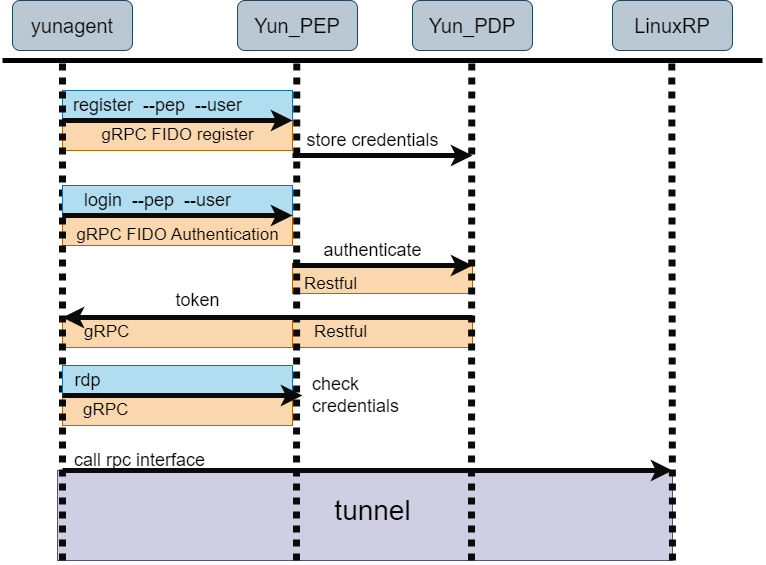
dizzysoup/SSHRDP_ZTA keeps this draw.io diagram as RDPMessageFlow.png. Above is the earlier version. Source tidied: cells renumbered, new cells last; positions are measured from the earlier drawing's top-left corner, leaving out a move shared by most shapes.
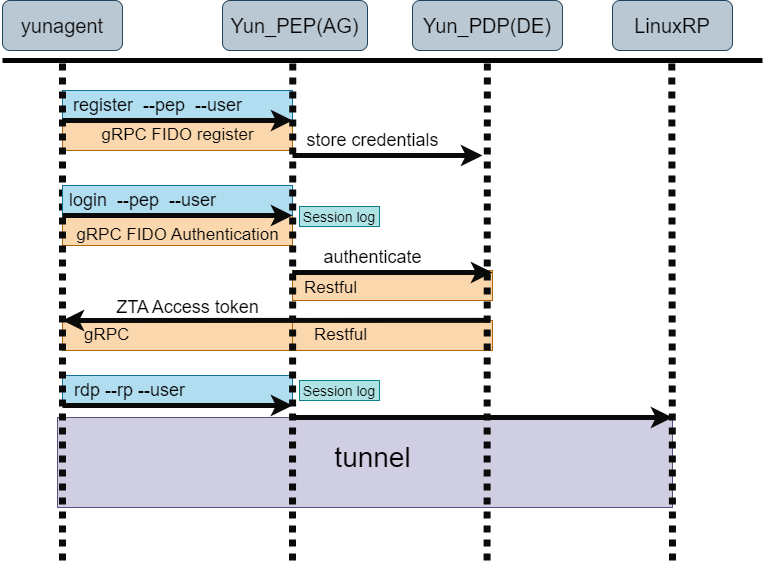
The same file after the commit.

The edit, as a diff of the source:
```diff
@@ -2,32 +2,32 @@
   <root>
     <mxCell id="0" />
     <mxCell id="1" parent="0" />
-    <mxCell id="2" style="group;" parent="1" vertex="1">
-      <mxGeometry x="60" y="395" width="230" height="30" as="geometry" />
-    </mxCell>
-    <mxCell id="3" value="　" style="rounded=0;whiteSpace=wrap;html=1;fontSize=18;fillColor=#fad7ac;strokeColor=#b46504;align=left;" parent="2" vertex="1">
-      <mxGeometry width="230" height="30" as="geometry" />
-    </mxCell>
-    <mxCell id="4" value="&lt;div style=&quot;&quot;&gt;&lt;span style=&quot;font-size: 17px; color: rgb(0, 0, 0); background-color: initial;&quot;&gt;gRPC&lt;/span&gt;&lt;/div&gt;" style="text;html=1;align=left;verticalAlign=middle;strokeColor=none;fillColor=none;" parent="2" vertex="1">
-      <mxGeometry x="19.2" width="70" height="30" as="geometry" />
-    </mxCell>
-    <mxCell id="5" style="group;" parent="1" vertex="1">
-      <mxGeometry x="60" y="317" width="240" height="30" as="geometry" />
-    </mxCell>
+    <mxCell id="45" style="group;" parent="1" vertex="1">
+      <mxGeometry x="55" y="440" width="615" height="90" as="geometry" />
+    </mxCell>
+    <mxCell id="8" value="　" style="rounded=0;whiteSpace=wrap;html=1;fontSize=18;fillColor=#d0cee2;strokeColor=#56517e;align=left;" parent="45" vertex="1">
+      <mxGeometry y="-23" width="615" height="90" as="geometry" />
+    </mxCell>
+    <mxCell id="41" style="endArrow=classic;html=1;strokeColor=#0A0A0A;strokeWidth=5;fontSize=20;fontColor=#050505;" parent="45" edge="1">
+      <mxGeometry relative="1" as="geometry">
+        <mxPoint x="235" y="-23" as="sourcePoint" />
+        <mxPoint x="615" y="-23" as="targetPoint" />
+      </mxGeometry>
+    </mxCell>
+    <mxCell id="42" value="&lt;font style=&quot;&quot;&gt;&lt;font style=&quot;font-size: 28px;&quot; color=&quot;#000000&quot;&gt;tunnel&lt;/font&gt;&lt;br&gt;&lt;/font&gt;" style="text;html=1;align=center;verticalAlign=middle;strokeColor=none;fillColor=none;" parent="45" vertex="1">
+      <mxGeometry x="265" y="-8" width="100" height="50" as="geometry" />
+    </mxCell>
+    <mxCell id="38" value="　" style="rounded=0;whiteSpace=wrap;html=1;fontSize=18;fillColor=#b1ddf0;strokeColor=#10739e;align=left;" parent="1" vertex="1">
+      <mxGeometry x="60" y="375" width="230" height="30" as="geometry" />
+    </mxCell>
-    <mxCell id="6" value="　" style="rounded=0;whiteSpace=wrap;html=1;fontSize=18;fillColor=#fad7ac;strokeColor=#b46504;align=left;" parent="5" vertex="1">
-      <mxGeometry width="240" height="30" as="geometry" />
+    <mxCell id="6" value="　" style="rounded=0;whiteSpace=wrap;html=1;fontSize=18;fillColor=#fad7ac;strokeColor=#b46504;align=left;" parent="1" vertex="1">
+      <mxGeometry x="60" y="320" width="240" height="30" as="geometry" />
     </mxCell>
-    <mxCell id="7" value="&lt;div style=&quot;&quot;&gt;&lt;span style=&quot;font-size: 17px; color: rgb(0, 0, 0); background-color: initial;&quot;&gt;gRPC&lt;/span&gt;&lt;/div&gt;" style="text;html=1;align=left;verticalAlign=middle;strokeColor=none;fillColor=none;" parent="5" vertex="1">
-      <mxGeometry x="20" width="70" height="30" as="geometry" />
-    </mxCell>
-    <mxCell id="8" value="　" style="rounded=0;whiteSpace=wrap;html=1;fontSize=18;fillColor=#d0cee2;strokeColor=#56517e;align=left;" parent="1" vertex="1">
-      <mxGeometry x="55" y="470" width="615" height="90" as="geometry" />
-    </mxCell>
     <mxCell id="9" value="　" style="rounded=0;whiteSpace=wrap;html=1;fontSize=18;fillColor=#fad7ac;strokeColor=#b46504;align=left;" parent="1" vertex="1">
-      <mxGeometry x="290" y="317" width="180" height="30" as="geometry" />
+      <mxGeometry x="290" y="320" width="200" height="30" as="geometry" />
     </mxCell>
     <mxCell id="10" value="　" style="rounded=0;whiteSpace=wrap;html=1;fontSize=18;fillColor=#fad7ac;strokeColor=#b46504;align=left;" parent="1" vertex="1">
-      <mxGeometry x="290" y="263" width="180" height="30" as="geometry" />
+      <mxGeometry x="290" y="270" width="200" height="30" as="geometry" />
     </mxCell>
     <mxCell id="11" value="　" style="rounded=0;whiteSpace=wrap;html=1;fontSize=18;fillColor=#fad7ac;strokeColor=#b46504;align=left;" parent="1" vertex="1">
       <mxGeometry x="60" y="215" width="230" height="30" as="geometry" />
@@ -39,7 +39,7 @@
       <mxGeometry x="60" y="90" width="230" height="30" as="geometry" />
     </mxCell>
     <mxCell id="14" value="&lt;font style=&quot;font-size: 20px;&quot; color=&quot;#050505&quot;&gt;yunagent&lt;/font&gt;" style="rounded=1;whiteSpace=wrap;html=1;fillColor=#bac8d3;strokeColor=#23445d;" parent="1" vertex="1">
-      <mxGeometry x="10" width="120" height="50" as="geometry" />
+      <mxGeometry width="120" height="50" as="geometry" />
     </mxCell>
     <mxCell id="15" style="endArrow=none;html=1;fontSize=16;strokeWidth=5;strokeColor=#030303;" parent="1" edge="1">
       <mxGeometry relative="1" as="geometry">
@@ -47,11 +47,11 @@
         <mxPoint x="760" y="60" as="targetPoint" />
       </mxGeometry>
     </mxCell>
-    <mxCell id="16" value="&lt;font style=&quot;font-size: 20px;&quot; color=&quot;#050505&quot;&gt;Yun_PEP&lt;/font&gt;" style="rounded=1;whiteSpace=wrap;html=1;fillColor=#bac8d3;strokeColor=#23445d;" parent="1" vertex="1">
-      <mxGeometry x="235" width="120" height="50" as="geometry" />
+    <mxCell id="16" value="&lt;font style=&quot;font-size: 20px;&quot; color=&quot;#050505&quot;&gt;Yun_PEP(AG)&lt;/font&gt;" style="rounded=1;whiteSpace=wrap;html=1;fillColor=#bac8d3;strokeColor=#23445d;" parent="1" vertex="1">
+      <mxGeometry x="220" width="145" height="50" as="geometry" />
     </mxCell>
-    <mxCell id="17" value="&lt;font style=&quot;font-size: 20px;&quot; color=&quot;#050505&quot;&gt;Yun_PDP&lt;/font&gt;" style="rounded=1;whiteSpace=wrap;html=1;fillColor=#bac8d3;strokeColor=#23445d;" parent="1" vertex="1">
-      <mxGeometry x="410" width="120" height="50" as="geometry" />
+    <mxCell id="17" value="&lt;font style=&quot;font-size: 20px;&quot; color=&quot;#050505&quot;&gt;Yun_PDP(DE)&lt;/font&gt;" style="rounded=1;whiteSpace=wrap;html=1;fillColor=#bac8d3;strokeColor=#23445d;" parent="1" vertex="1">
+      <mxGeometry x="410" width="150" height="50" as="geometry" />
     </mxCell>
     <mxCell id="18" value="&lt;font style=&quot;font-size: 20px;&quot; color=&quot;#050505&quot;&gt;LinuxRP&lt;/font&gt;" style="rounded=1;whiteSpace=wrap;html=1;fillColor=#bac8d3;strokeColor=#23445d;" parent="1" vertex="1">
       <mxGeometry x="610" width="120" height="50" as="geometry" />
@@ -62,16 +62,10 @@
         <mxPoint x="60" y="60" as="targetPoint" />
       </mxGeometry>
     </mxCell>
-    <mxCell id="20" style="endArrow=none;dashed=1;html=1;dashPattern=1 1;strokeWidth=7;fontSize=16;strokeColor=#0A0A0A;" parent="1" edge="1">
-      <mxGeometry relative="1" as="geometry">
-        <mxPoint x="294" y="560" as="sourcePoint" />
-        <mxPoint x="294.3" y="60" as="targetPoint" />
-      </mxGeometry>
-    </mxCell>
     <mxCell id="21" style="endArrow=none;dashed=1;html=1;dashPattern=1 1;strokeWidth=7;fontSize=16;strokeColor=#0A0A0A;" parent="1" edge="1">
       <mxGeometry relative="1" as="geometry">
-        <mxPoint x="469" y="560" as="sourcePoint" />
-        <mxPoint x="469.3" y="60" as="targetPoint" />
+        <mxPoint x="484.6" y="560" as="sourcePoint" />
+        <mxPoint x="484.9" y="60" as="targetPoint" />
       </mxGeometry>
     </mxCell>
     <mxCell id="22" style="endArrow=none;dashed=1;html=1;dashPattern=1 1;strokeWidth=7;fontSize=16;strokeColor=#0A0A0A;" parent="1" edge="1">
@@ -94,7 +88,7 @@
     <mxCell id="26" style="endArrow=classic;html=1;strokeColor=#0A0A0A;strokeWidth=5;fontSize=20;fontColor=#050505;" parent="1" edge="1">
       <mxGeometry relative="1" as="geometry">
         <mxPoint x="290" y="155" as="sourcePoint" />
-        <mxPoint x="470" y="155" as="targetPoint" />
+        <mxPoint x="480" y="155" as="targetPoint" />
       </mxGeometry>
     </mxCell>
     <mxCell id="27" value="&lt;div style=&quot;text-align: left;&quot;&gt;&lt;span style=&quot;font-size: 18px; color: rgb(0, 0, 0); background-color: initial;&quot;&gt;store credentials&lt;/span&gt;&lt;/div&gt;" style="text;html=1;align=center;verticalAlign=middle;strokeColor=none;fillColor=none;" parent="1" vertex="1">
@@ -104,7 +98,7 @@
       <mxGeometry x="60" y="185" width="230" height="30" as="geometry" />
     </mxCell>
     <mxCell id="29" value="&lt;font style=&quot;&quot;&gt;&lt;font style=&quot;font-size: 18px;&quot; color=&quot;#000000&quot;&gt;login&amp;nbsp; --pep&amp;nbsp; --user&lt;/font&gt;&lt;br&gt;&lt;/font&gt;" style="text;html=1;align=center;verticalAlign=middle;strokeColor=none;fillColor=none;" parent="1" vertex="1">
-      <mxGeometry x="70" y="180" width="170" height="40" as="geometry" />
+      <mxGeometry x="55" y="180" width="170" height="40" as="geometry" />
     </mxCell>
     <mxCell id="30" value="&lt;font style=&quot;&quot;&gt;&lt;font style=&quot;font-size: 17px;&quot; color=&quot;#000000&quot;&gt;gRPC FIDO Authentication&lt;/font&gt;&lt;br&gt;&lt;/font&gt;" style="text;html=1;align=center;verticalAlign=middle;strokeColor=none;fillColor=none;" parent="1" vertex="1">
       <mxGeometry x="60" y="220" width="230" height="30" as="geometry" />
@@ -117,54 +111,50 @@
     </mxCell>
     <mxCell id="32" style="endArrow=classic;html=1;strokeColor=#0A0A0A;strokeWidth=5;fontSize=20;fontColor=#050505;" parent="1" edge="1">
       <mxGeometry relative="1" as="geometry">
-        <mxPoint x="290" y="265" as="sourcePoint" />
-        <mxPoint x="470" y="265" as="targetPoint" />
+        <mxPoint x="290" y="272" as="sourcePoint" />
+        <mxPoint x="490" y="272" as="targetPoint" />
       </mxGeometry>
     </mxCell>
     <mxCell id="33" value="&lt;div style=&quot;text-align: left;&quot;&gt;&lt;span style=&quot;font-size: 18px; color: rgb(0, 0, 0); background-color: initial;&quot;&gt;authenticate&lt;/span&gt;&lt;/div&gt;" style="text;html=1;align=center;verticalAlign=middle;strokeColor=none;fillColor=none;" parent="1" vertex="1">
-      <mxGeometry x="310" y="230" width="120" height="40" as="geometry" />
+      <mxGeometry x="310" y="237" width="120" height="40" as="geometry" />
     </mxCell>
-    <mxCell id="34" style="endArrow=classic;html=1;strokeColor=#0A0A0A;strokeWidth=5;fontSize=20;fontColor=#050505;" parent="1" edge="1">
+    <mxCell id="34" style="endArrow=classic;html=1;strokeColor=#0A0A0A;strokeWidth=5;fontSize=20;fontColor=#050505;exitX=0.987;exitY=-0.005;exitDx=0;exitDy=0;exitPerimeter=0;" parent="1" edge="1" source="9">
       <mxGeometry relative="1" as="geometry">
-        <mxPoint x="470" y="317" as="sourcePoint" />
-        <mxPoint x="60" y="317" as="targetPoint" />
+        <mxPoint x="60" y="320" as="targetPoint" />
       </mxGeometry>
     </mxCell>
-    <mxCell id="35" value="&lt;div style=&quot;text-align: left;&quot;&gt;&lt;span style=&quot;font-size: 18px; color: rgb(0, 0, 0); background-color: initial;&quot;&gt;token&lt;/span&gt;&lt;/div&gt;" style="text;html=1;align=center;verticalAlign=middle;strokeColor=none;fillColor=none;" parent="1" vertex="1">
-      <mxGeometry x="160" y="280" width="70" height="40" as="geometry" />
+    <mxCell id="35" value="&lt;div style=&quot;text-align: left;&quot;&gt;&lt;span style=&quot;font-size: 18px; color: rgb(0, 0, 0); background-color: initial;&quot;&gt;ZTA Access token&lt;/span&gt;&lt;/div&gt;" style="text;html=1;align=center;verticalAlign=middle;strokeColor=none;fillColor=none;" parent="1" vertex="1">
+      <mxGeometry x="100" y="287" width="170" height="40" as="geometry" />
     </mxCell>
     <mxCell id="36" value="&lt;div style=&quot;&quot;&gt;&lt;span style=&quot;font-size: 17px; color: rgb(0, 0, 0); background-color: initial;&quot;&gt;Restful&lt;/span&gt;&lt;/div&gt;" style="text;html=1;align=left;verticalAlign=middle;strokeColor=none;fillColor=none;" parent="1" vertex="1">
-      <mxGeometry x="300" y="269" width="80" height="30" as="geometry" />
+      <mxGeometry x="300" y="273" width="80" height="30" as="geometry" />
     </mxCell>
     <mxCell id="37" value="&lt;div style=&quot;&quot;&gt;&lt;span style=&quot;font-size: 17px; color: rgb(0, 0, 0); background-color: initial;&quot;&gt;Restful&lt;/span&gt;&lt;/div&gt;" style="text;html=1;align=left;verticalAlign=middle;strokeColor=none;fillColor=none;" parent="1" vertex="1">
-      <mxGeometry x="310" y="317" width="80" height="30" as="geometry" />
+      <mxGeometry x="310" y="320" width="80" height="30" as="geometry" />
     </mxCell>
-    <mxCell id="38" value="　" style="rounded=0;whiteSpace=wrap;html=1;fontSize=18;fillColor=#b1ddf0;strokeColor=#10739e;align=left;" parent="1" vertex="1">
-      <mxGeometry x="60" y="365" width="230" height="30" as="geometry" />
-    </mxCell>
+    <mxCell id="7" value="&lt;div style=&quot;&quot;&gt;&lt;span style=&quot;font-size: 17px; color: rgb(0, 0, 0); background-color: initial;&quot;&gt;gRPC&lt;/span&gt;&lt;/div&gt;" style="text;html=1;align=left;verticalAlign=middle;strokeColor=none;fillColor=none;" parent="1" vertex="1">
+      <mxGeometry x="80" y="320" width="70" height="30" as="geometry" />
+    </mxCell>
-    <mxCell id="39" value="&lt;font style=&quot;&quot;&gt;&lt;font color=&quot;#000000&quot;&gt;&lt;span style=&quot;font-size: 18px;&quot;&gt;rdp&lt;/span&gt;&lt;/font&gt;&lt;br&gt;&lt;/font&gt;" style="text;html=1;align=center;verticalAlign=middle;strokeColor=none;fillColor=none;" parent="1" vertex="1">
-      <mxGeometry x="60" y="360" width="50" height="40" as="geometry" />
+    <mxCell id="39" value="&lt;div style=&quot;&quot;&gt;&lt;span style=&quot;font-size: 18px; color: rgb(0, 0, 0); background-color: initial;&quot;&gt;rdp --rp --user&lt;/span&gt;&lt;/div&gt;" style="text;html=1;align=left;verticalAlign=middle;strokeColor=none;fillColor=none;" parent="1" vertex="1">
+      <mxGeometry x="70" y="370" width="130" height="40" as="geometry" />
     </mxCell>
     <mxCell id="40" style="endArrow=classic;html=1;strokeColor=#0A0A0A;strokeWidth=5;fontSize=20;fontColor=#050505;" parent="1" edge="1">
       <mxGeometry relative="1" as="geometry">
-        <mxPoint x="60" y="395" as="sourcePoint" />
-        <mxPoint x="300" y="395" as="targetPoint" />
+        <mxPoint x="60" y="405" as="sourcePoint" />
+        <mxPoint x="290" y="405" as="targetPoint" />
       </mxGeometry>
     </mxCell>
-    <mxCell id="41" style="endArrow=classic;html=1;strokeColor=#0A0A0A;strokeWidth=5;fontSize=20;fontColor=#050505;" parent="1" edge="1">
-      <mxGeometry relative="1" as="geometry">
-        <mxPoint x="60" y="470" as="sourcePoint" />
-        <mxPoint x="670" y="470" as="targetPoint" />
-      </mxGeometry>
-    </mxCell>
-    <mxCell id="42" value="&lt;font style=&quot;&quot;&gt;&lt;font style=&quot;font-size: 28px;&quot; color=&quot;#000000&quot;&gt;tunnel&lt;/font&gt;&lt;br&gt;&lt;/font&gt;" style="text;html=1;align=center;verticalAlign=middle;strokeColor=none;fillColor=none;" parent="1" vertex="1">
-      <mxGeometry x="320" y="485" width="100" height="50" as="geometry" />
-    </mxCell>
-    <mxCell id="43" value="&lt;div style=&quot;&quot;&gt;&lt;span style=&quot;font-size: 18px; color: rgb(0, 0, 0); background-color: initial;&quot;&gt;check&amp;nbsp;&lt;/span&gt;&lt;/div&gt;&lt;span style=&quot;color: rgb(0, 0, 0); font-size: 18px;&quot;&gt;credentials&lt;/span&gt;" style="text;html=1;align=left;verticalAlign=middle;strokeColor=none;fillColor=none;" parent="1" vertex="1">
-      <mxGeometry x="307.5" y="365" width="110" height="60" as="geometry" />
-    </mxCell>
-    <mxCell id="44" value="&lt;div style=&quot;&quot;&gt;&lt;font color=&quot;#000000&quot;&gt;&lt;span style=&quot;font-size: 18px;&quot;&gt;call rpc interface&lt;/span&gt;&lt;/font&gt;&lt;/div&gt;" style="text;html=1;align=left;verticalAlign=middle;strokeColor=none;fillColor=none;" parent="1" vertex="1">
-      <mxGeometry x="70" y="440" width="150" height="40" as="geometry" />
-    </mxCell>
+    <mxCell id="2" value="&lt;font style=&quot;font-size: 14px;&quot; color=&quot;#050505&quot;&gt;Session log&lt;/font&gt;" style="rounded=0;whiteSpace=wrap;html=1;fontSize=18;fillColor=#b0e3e6;strokeColor=#0e8088;align=center;" parent="1" vertex="1">
+      <mxGeometry x="297" y="206" width="80" height="20" as="geometry" />
+    </mxCell>
+    <mxCell id="3" value="&lt;font style=&quot;font-size: 14px;&quot; color=&quot;#050505&quot;&gt;Session log&lt;/font&gt;" style="rounded=0;whiteSpace=wrap;html=1;fontSize=18;fillColor=#b0e3e6;strokeColor=#0e8088;align=center;" parent="1" vertex="1">
+      <mxGeometry x="297" y="380" width="80" height="20" as="geometry" />
+    </mxCell>
+    <mxCell id="20" style="endArrow=none;dashed=1;html=1;dashPattern=1 1;strokeWidth=7;fontSize=16;strokeColor=#0A0A0A;" parent="1" edge="1">
+      <mxGeometry relative="1" as="geometry">
+        <mxPoint x="290" y="560" as="sourcePoint" />
+        <mxPoint x="290.3" y="60" as="targetPoint" />
+      </mxGeometry>
+    </mxCell>
   </root>
 </mxGraphModel>
```
